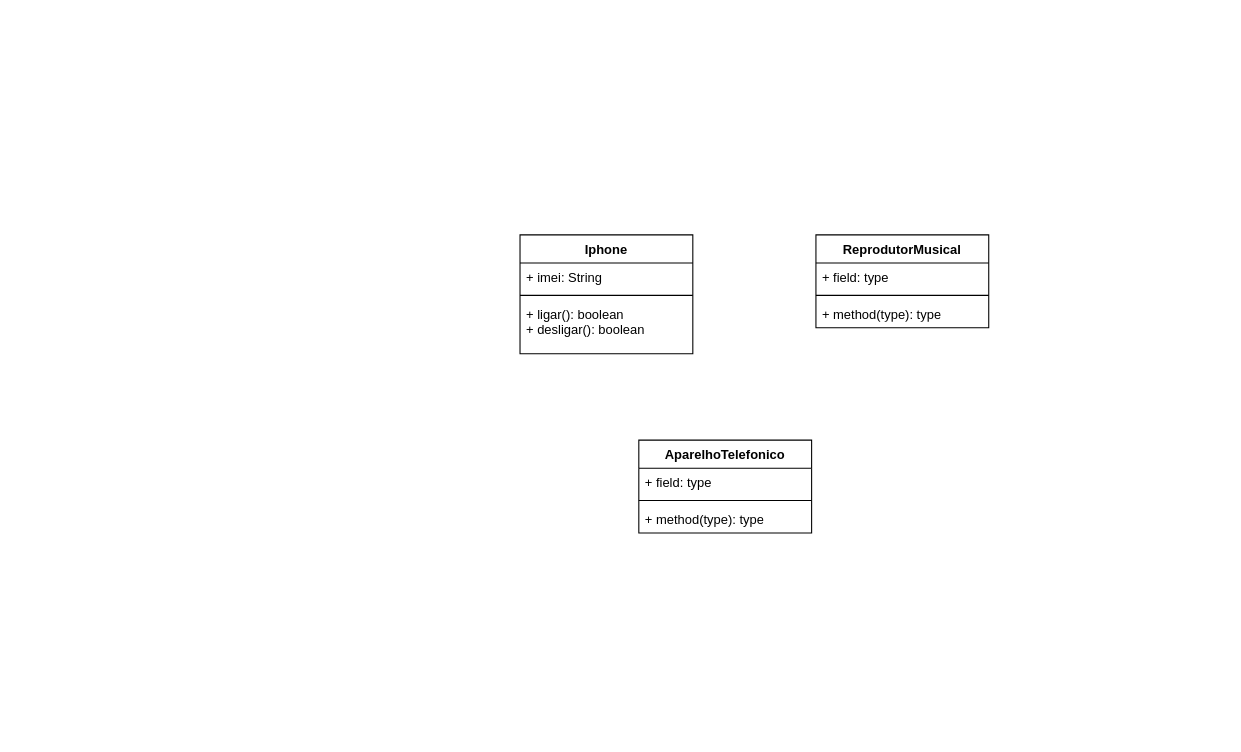
Earlier version of the draw.io diagram Desafios/ComponentesIphone/UML_Desafio_Iphone.drawio (LucasGFBatista/DIO-BOOTCAMPS). Source tidied: cells renumbered, new cells numbered last; positions are measured from the earlier drawing's top-left corner, leaving out a move shared by most shapes. Both pictures are drawn from the tidied source at 108%, with x=0, y=0 at pixel (519, 234).
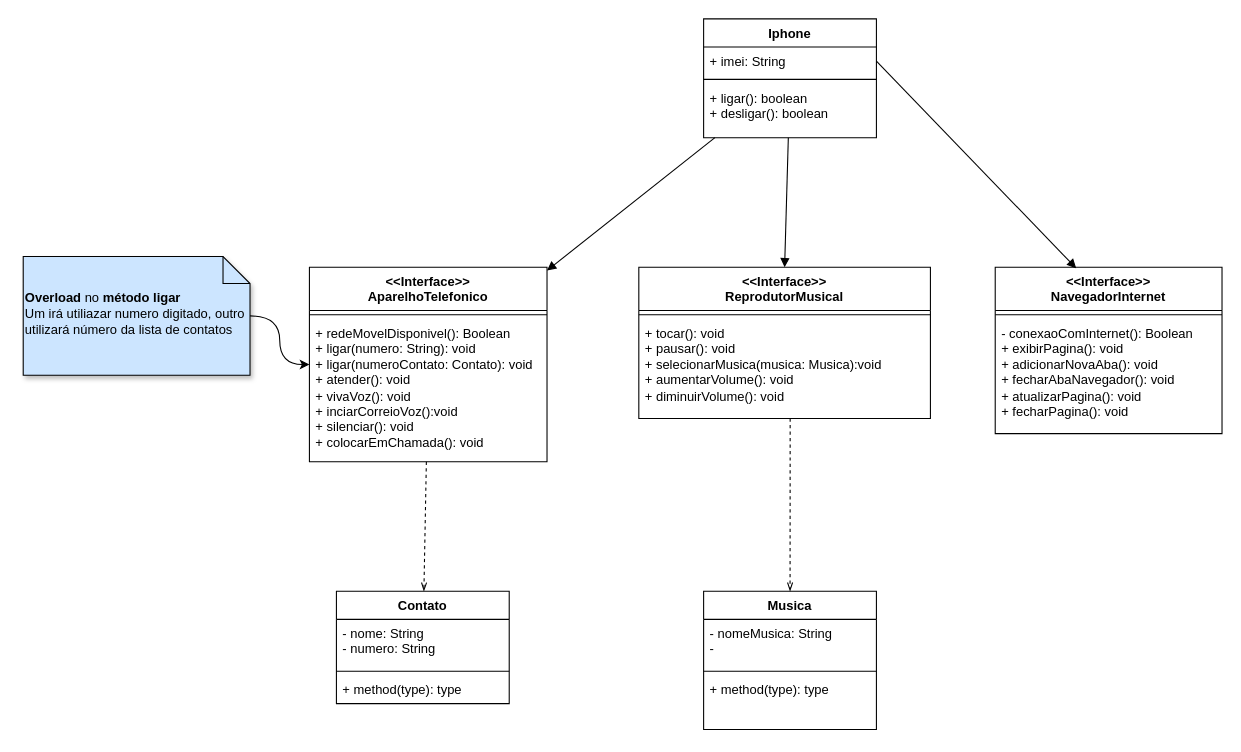
The same diagram, later.

Unchanged cells that the change refers to:
```xml
<mxCell id="3" value="+ imei: String" style="text;strokeColor=none;fillColor=none;align=left;verticalAlign=top;spacingLeft=4;spacingRight=4;overflow=hidden;points=[[0,0.5],[1,0.5]];portConstraint=eastwest;whiteSpace=wrap;html=1;" parent="2" vertex="1">
  <mxGeometry y="26" width="160" height="26" as="geometry" />
</mxCell>
```

Change to the diagram source:
```diff
@@
+    <mxCell id="14" style="rounded=0;jettySize=auto;html=1;endArrow=block;endFill=1;" parent="1" edge="1" source="2" target="10">
+      <mxGeometry relative="1" as="geometry" />
+    </mxCell>
+    <mxCell id="15" style="rounded=0;jettySize=auto;html=1;entryX=0.5;entryY=0;entryDx=0;entryDy=0;endArrow=block;endFill=1;" parent="1" edge="1" source="2" target="6">
+      <mxGeometry relative="1" as="geometry" />
+    </mxCell>
     <mxCell id="2" value="Iphone" style="swimlane;fontStyle=1;align=center;verticalAlign=top;horizontal=1;startSize=26;whiteSpace=wrap;html=1;" parent="1" vertex="1">
-      <mxGeometry width="160" height="110" as="geometry" />
+      <mxGeometry x="170" y="-200" width="160" height="110" as="geometry" />
     </mxCell>
@@
-    <mxCell id="6" value="ReprodutorMusical&lt;div&gt;&lt;br&gt;&lt;/div&gt;" style="swimlane;fontStyle=1;align=center;verticalAlign=top;horizontal=1;startSize=26;whiteSpace=wrap;html=1;" parent="1" vertex="1">
-      <mxGeometry x="274" width="160" height="86" as="geometry" />
+    <mxCell id="6" value="&lt;div&gt;&amp;lt;&amp;lt;Interface&amp;gt;&amp;gt;&lt;br&gt;&lt;/div&gt;ReprodutorMusical&lt;div&gt;&lt;br&gt;&lt;/div&gt;" style="swimlane;fontStyle=1;align=center;verticalAlign=top;horizontal=1;startSize=40;whiteSpace=wrap;html=1;" parent="1" vertex="1">
+      <mxGeometry x="110" y="30" width="270" height="140" as="geometry" />
     </mxCell>
-    <mxCell id="7" value="+ field: type" style="text;strokeColor=none;fillColor=none;align=left;verticalAlign=top;spacingLeft=4;spacingRight=4;overflow=hidden;whiteSpace=wrap;html=1;" parent="6" vertex="1">
-      <mxGeometry y="26" width="160" height="26" as="geometry" />
-    </mxCell>
     <mxCell id="8" style="line;strokeWidth=1;fillColor=none;align=left;verticalAlign=middle;spacingTop=-1;spacingLeft=3;spacingRight=3;labelPosition=right;strokeColor=inherit;" parent="6" vertex="1">
-      <mxGeometry y="52" width="160" height="8" as="geometry" />
+      <mxGeometry y="40" width="270" height="8" as="geometry" />
     </mxCell>
-    <mxCell id="9" value="+ method(type): type" style="text;strokeColor=none;fillColor=none;align=left;verticalAlign=top;spacingLeft=4;spacingRight=4;overflow=hidden;points=[[0,0.5],[1,0.5]];portConstraint=eastwest;whiteSpace=wrap;html=1;" parent="6" vertex="1">
-      <mxGeometry y="60" width="160" height="26" as="geometry" />
+    <mxCell id="9" value="+ tocar(): void&lt;div&gt;+ pausar(): void&lt;/div&gt;&lt;div&gt;+ selecionarMusica(musica: Musica):void&lt;/div&gt;&lt;div&gt;+ aumentarVolume(): void&lt;/div&gt;&lt;div&gt;+ diminuirVolume(): void&lt;/div&gt;" style="text;strokeColor=none;fillColor=none;align=left;verticalAlign=top;spacingLeft=4;spacingRight=4;overflow=hidden;points=[[0,0.5],[1,0.5]];portConstraint=eastwest;whiteSpace=wrap;html=1;" parent="6" vertex="1">
+      <mxGeometry y="48" width="270" height="92" as="geometry" />
     </mxCell>
+    <mxCell id="16" style="rounded=0;jettySize=auto;html=1;endArrow=openThin;endFill=0;dashed=1;" parent="1" edge="1" source="10" target="26">
+      <mxGeometry relative="1" as="geometry" />
+    </mxCell>
-    <mxCell id="10" value="&lt;div&gt;AparelhoTelefonico&lt;/div&gt;" style="swimlane;fontStyle=1;align=center;verticalAlign=top;horizontal=1;startSize=26;whiteSpace=wrap;html=1;" parent="1" vertex="1">
-      <mxGeometry x="110" y="190" width="160" height="86" as="geometry" />
+    <mxCell id="10" value="&lt;div&gt;&amp;lt;&amp;lt;Interface&amp;gt;&amp;gt;&lt;/div&gt;&lt;div&gt;AparelhoTelefonico&lt;/div&gt;" style="swimlane;fontStyle=1;align=center;verticalAlign=top;horizontal=1;startSize=40;whiteSpace=wrap;html=1;" parent="1" vertex="1">
+      <mxGeometry x="-195" y="30" width="220" height="180" as="geometry" />
     </mxCell>
-    <mxCell id="11" value="+ field: type" style="text;strokeColor=none;fillColor=none;align=left;verticalAlign=top;spacingLeft=4;spacingRight=4;overflow=hidden;whiteSpace=wrap;html=1;" parent="10" vertex="1">
-      <mxGeometry y="26" width="160" height="26" as="geometry" />
-    </mxCell>
     <mxCell id="12" style="line;strokeWidth=1;fillColor=none;align=left;verticalAlign=middle;spacingTop=-1;spacingLeft=3;spacingRight=3;labelPosition=right;strokeColor=inherit;" parent="10" vertex="1">
-      <mxGeometry y="52" width="160" height="8" as="geometry" />
+      <mxGeometry y="40" width="220" height="8" as="geometry" />
     </mxCell>
-    <mxCell id="13" value="+ method(type): type" style="text;strokeColor=none;fillColor=none;align=left;verticalAlign=top;spacingLeft=4;spacingRight=4;overflow=hidden;whiteSpace=wrap;html=1;" parent="10" vertex="1">
-      <mxGeometry y="60" width="160" height="26" as="geometry" />
+    <mxCell id="13" value="&lt;div&gt;&lt;div&gt;+ redeMovelDisponivel(): Boolean&lt;/div&gt;+ ligar(numero: String): void&lt;/div&gt;&lt;div&gt;+ ligar(numeroContato: Contato): void&lt;br&gt;&lt;div&gt;+ atender(): void&lt;/div&gt;&lt;div&gt;+ vivaVoz(): void&lt;/div&gt;&lt;div&gt;+ inciarCorreioVoz():void&lt;/div&gt;&lt;div&gt;+ silenciar(): void&lt;/div&gt;&lt;div&gt;+ colocarEmChamada(): void&lt;/div&gt;&lt;div&gt;&lt;br&gt;&lt;/div&gt;&lt;/div&gt;" style="text;strokeColor=none;fillColor=none;align=left;verticalAlign=top;spacingLeft=4;spacingRight=4;overflow=hidden;whiteSpace=wrap;html=1;" parent="10" vertex="1">
+      <mxGeometry y="48" width="220" height="132" as="geometry" />
     </mxCell>
+    <mxCell id="17" value="&lt;div&gt;&amp;lt;&amp;lt;Interface&amp;gt;&amp;gt;&lt;br&gt;NavegadorInternet&lt;/div&gt;" style="swimlane;fontStyle=1;align=center;verticalAlign=top;horizontal=1;startSize=40;whiteSpace=wrap;html=1;" parent="1" vertex="1">
+      <mxGeometry x="440" y="30" width="210" height="154" as="geometry" />
+    </mxCell>
+    <mxCell id="18" style="line;strokeWidth=1;fillColor=none;align=left;verticalAlign=middle;spacingTop=-1;spacingLeft=3;spacingRight=3;labelPosition=right;strokeColor=inherit;" parent="17" vertex="1">
+      <mxGeometry y="40" width="210" height="8" as="geometry" />
+    </mxCell>
+    <mxCell id="19" value="- conexaoComInternet(): Boolean&lt;div&gt;+ exibirPagina(): void&lt;/div&gt;&lt;div&gt;+ adicionarNovaAba(): void&lt;/div&gt;&lt;div&gt;+ fecharAbaNavegador(): void&lt;/div&gt;&lt;div&gt;+ atualizarPagina(): void&lt;/div&gt;&lt;div&gt;+ fecharPagina(): void&lt;/div&gt;" style="text;strokeColor=none;fillColor=none;align=left;verticalAlign=top;spacingLeft=4;spacingRight=4;overflow=hidden;whiteSpace=wrap;html=1;" parent="17" vertex="1">
+      <mxGeometry y="48" width="210" height="106" as="geometry" />
+    </mxCell>
+    <mxCell id="20" value="Musica" style="swimlane;fontStyle=1;align=center;verticalAlign=top;horizontal=1;startSize=26;whiteSpace=wrap;html=1;" parent="1" vertex="1">
+      <mxGeometry x="170" y="330" width="160" height="128" as="geometry" />
+    </mxCell>
+    <mxCell id="21" value="- nomeMusica: String&lt;div&gt;-&amp;nbsp;&lt;br&gt;&lt;div&gt;&lt;br&gt;&lt;/div&gt;&lt;/div&gt;" style="text;strokeColor=none;fillColor=none;align=left;verticalAlign=top;spacingLeft=4;spacingRight=4;overflow=hidden;whiteSpace=wrap;html=1;" parent="20" vertex="1">
+      <mxGeometry y="26" width="160" height="44" as="geometry" />
+    </mxCell>
+    <mxCell id="22" style="line;strokeWidth=1;fillColor=none;align=left;verticalAlign=middle;spacingTop=-1;spacingLeft=3;spacingRight=3;labelPosition=right;strokeColor=inherit;" parent="20" vertex="1">
+      <mxGeometry y="70" width="160" height="8" as="geometry" />
+    </mxCell>
+    <mxCell id="23" value="+ method(type): type" style="text;strokeColor=none;fillColor=none;align=left;verticalAlign=top;spacingLeft=4;spacingRight=4;overflow=hidden;whiteSpace=wrap;html=1;" parent="20" vertex="1">
+      <mxGeometry y="78" width="160" height="50" as="geometry" />
+    </mxCell>
+    <mxCell id="24" style="edgeStyle=orthogonalEdgeStyle;rounded=0;jettySize=auto;html=1;curved=1;" parent="1" edge="1" source="25" target="10">
+      <mxGeometry relative="1" as="geometry" />
+    </mxCell>
+    <mxCell id="25" value="&lt;b&gt;Overload&lt;/b&gt; no &lt;b&gt;método ligar&lt;/b&gt;&lt;div&gt;Um irá utiliazar numero digitado, outro utilizará número da lista de contatos&lt;/div&gt;" style="shape=note2;boundedLbl=1;whiteSpace=wrap;html=1;size=25;verticalAlign=top;align=left;fillColor=#CCE5FF;shadow=1;" parent="1" vertex="1">
+      <mxGeometry x="-460" y="20" width="210" height="110" as="geometry" />
+    </mxCell>
+    <mxCell id="26" value="Contato" style="swimlane;fontStyle=1;align=center;verticalAlign=top;horizontal=1;startSize=26;whiteSpace=wrap;html=1;" parent="1" vertex="1">
+      <mxGeometry x="-170" y="330" width="160" height="104" as="geometry" />
+    </mxCell>
+    <mxCell id="27" value="- nome: String&lt;br&gt;- numero: String" style="text;strokeColor=none;fillColor=none;align=left;verticalAlign=top;spacingLeft=4;spacingRight=4;overflow=hidden;whiteSpace=wrap;html=1;" parent="26" vertex="1">
+      <mxGeometry y="26" width="160" height="44" as="geometry" />
+    </mxCell>
+    <mxCell id="28" style="line;strokeWidth=1;fillColor=none;align=left;verticalAlign=middle;spacingTop=-1;spacingLeft=3;spacingRight=3;labelPosition=right;strokeColor=inherit;" parent="26" vertex="1">
+      <mxGeometry y="70" width="160" height="8" as="geometry" />
+    </mxCell>
+    <mxCell id="29" value="+ method(type): type" style="text;strokeColor=none;fillColor=none;align=left;verticalAlign=top;spacingLeft=4;spacingRight=4;overflow=hidden;whiteSpace=wrap;html=1;" parent="26" vertex="1">
+      <mxGeometry y="78" width="160" height="26" as="geometry" />
+    </mxCell>
+    <mxCell id="30" style="rounded=0;jettySize=auto;html=1;endArrow=openThin;endFill=0;dashed=1;exitX=0.519;exitY=1;exitDx=0;exitDy=0;exitPerimeter=0;" parent="1" edge="1" source="9" target="20">
+      <mxGeometry relative="1" as="geometry" />
+    </mxCell>
+    <mxCell id="31" style="rounded=0;jettySize=auto;html=1;entryX=0.357;entryY=0.006;entryDx=0;entryDy=0;entryPerimeter=0;exitX=1;exitY=0.5;exitDx=0;exitDy=0;endArrow=block;endFill=1;" parent="1" edge="1" source="3" target="17">
+      <mxGeometry relative="1" as="geometry" />
+    </mxCell>
```
